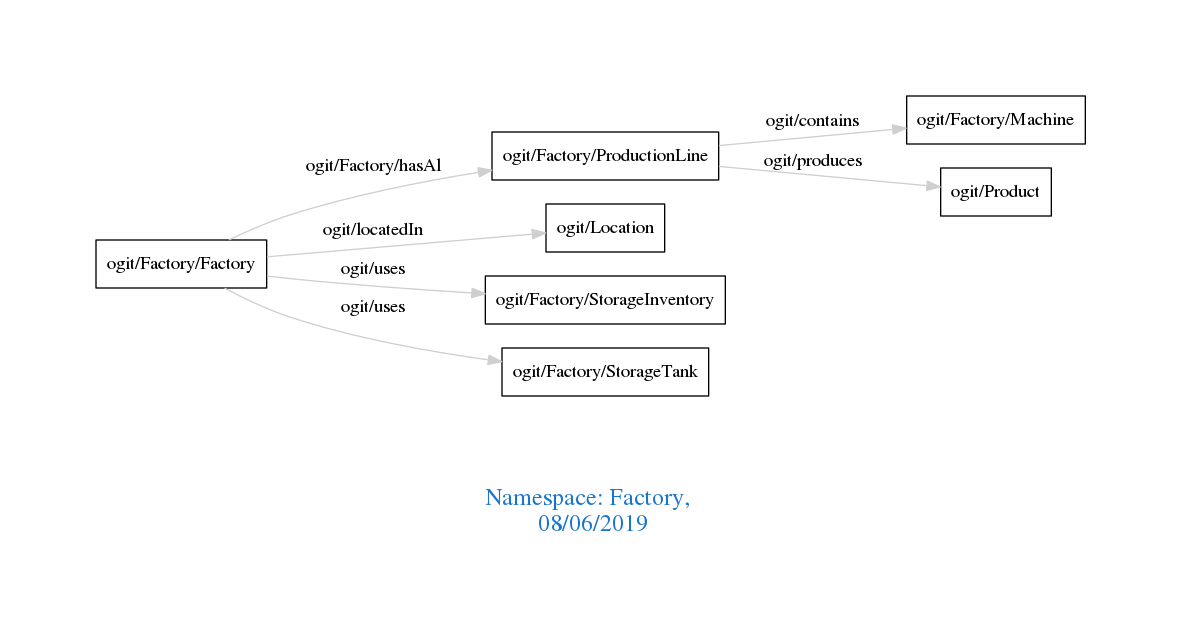
Above: downloads/Factory.png in arago/OGIT (Graphviz), before the change. Its source is kept beside it as downloads/Factory.dot.
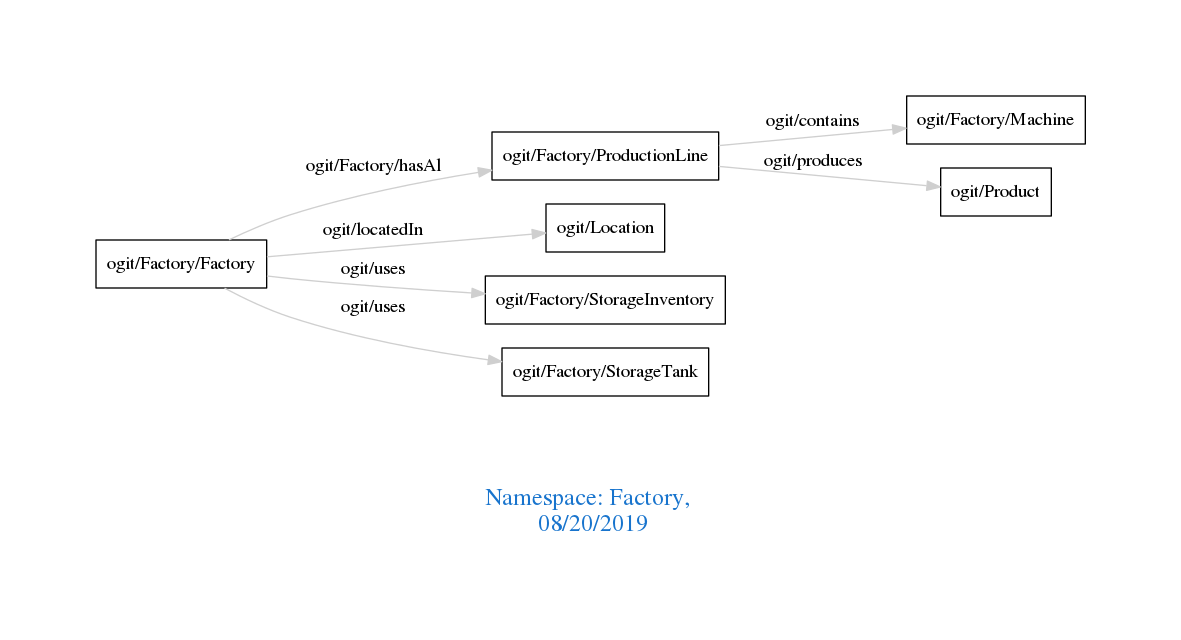
The same diagram one commit later.

Change to the diagram source:
```diff
@@ -1,7 +1,7 @@
 digraph OGIT_ontology {
  graph [ rankdir= LR,pad=1
 fontsize = 18,
-fontcolor= dodgerblue3,label = "\n\n\nNamespace: Factory, \n 08/06/2019"];
+fontcolor= dodgerblue3,label = "\n\n\nNamespace: Factory, \n 08/20/2019"];
 node[shape=polygon];
 edge [  color="gray81"];
 
```
